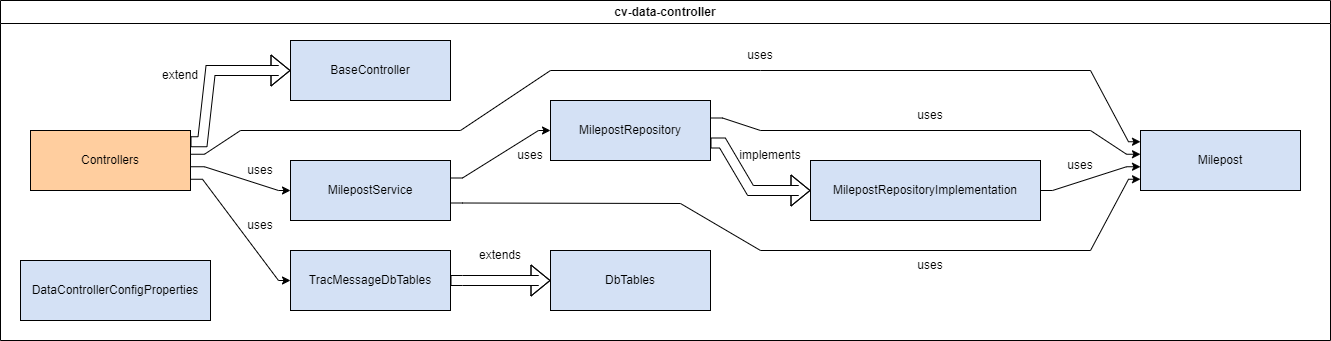
The draw.io diagram cv-data-controller/docs/diagrams/cv-data-controller-architecture.drawio.png in Trihydro/TIM-Manager, before a commit. Source tidied: cells renumbered, new cells last; positions are measured from the earlier drawing's top-left corner, leaving out a move shared by most shapes.
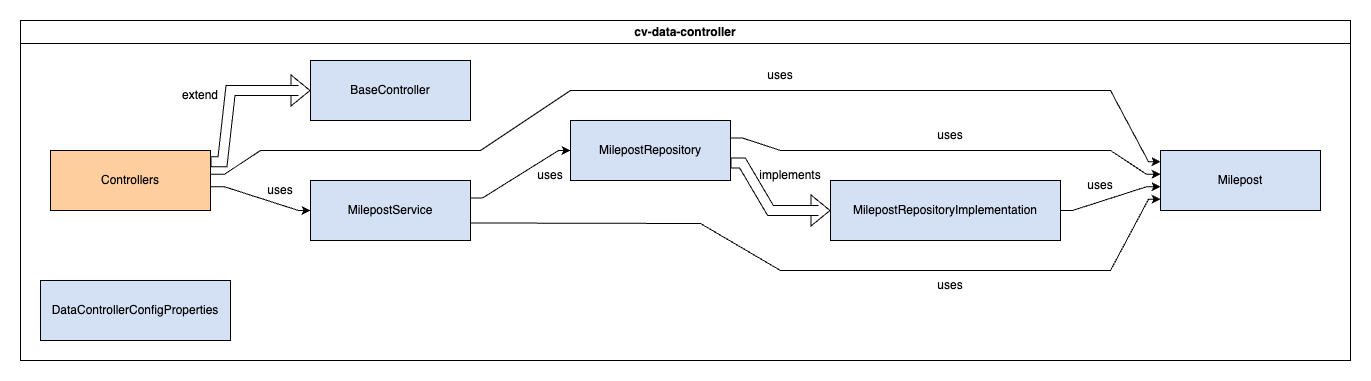
Later version of the same file.

What changed in the source:
```diff
@@ -27,14 +27,6 @@
         </Array>
       </mxGeometry>
     </mxCell>
-    <mxCell id="5" style="edgeStyle=orthogonalEdgeStyle;rounded=0;jettySize=auto;html=1;noEdgeStyle=1;orthogonal=1;" parent="1" edge="1" source="7" target="19">
-      <mxGeometry relative="1" as="geometry">
-        <Array as="points">
-          <mxPoint x="202" y="178.8" />
-          <mxPoint x="278" y="280" />
-        </Array>
-      </mxGeometry>
-    </mxCell>
     <mxCell id="6" style="edgeStyle=orthogonalEdgeStyle;rounded=0;jettySize=auto;html=1;shape=flexArrow;noEdgeStyle=1;orthogonal=1;" parent="1" edge="1" source="7" target="2">
       <mxGeometry relative="1" as="geometry">
         <Array as="points">
@@ -105,29 +97,12 @@
     <mxCell id="16" value="MilepostService" style="rounded=0;whiteSpace=wrap;html=1;fillColor=#D4E1F5;" parent="1" vertex="1">
       <mxGeometry x="290" y="160" width="160" height="60" as="geometry" />
     </mxCell>
-    <mxCell id="17" value="DbTables" style="rounded=0;whiteSpace=wrap;html=1;fillColor=#D4E1F5;" parent="1" vertex="1">
-      <mxGeometry x="550" y="250" width="160" height="60" as="geometry" />
-    </mxCell>
-    <mxCell id="18" style="edgeStyle=orthogonalEdgeStyle;rounded=0;jettySize=auto;html=1;shape=flexArrow;noEdgeStyle=1;orthogonal=1;" parent="1" edge="1" source="19" target="17">
-      <mxGeometry relative="1" as="geometry">
-        <Array as="points">
-          <mxPoint x="462" y="280" />
-          <mxPoint x="538" y="280" />
-        </Array>
-      </mxGeometry>
-    </mxCell>
-    <mxCell id="19" value="TracMessageDbTables" style="rounded=0;whiteSpace=wrap;html=1;fillColor=#D4E1F5;" parent="1" vertex="1">
-      <mxGeometry x="290" y="250" width="160" height="60" as="geometry" />
-    </mxCell>
     <mxCell id="20" value="cv-data-controller" style="swimlane;whiteSpace=wrap;html=1;" parent="1" vertex="1">
       <mxGeometry width="1330" height="340" as="geometry" />
     </mxCell>
     <mxCell id="21" value="extend" style="text;html=1;align=center;verticalAlign=middle;whiteSpace=wrap;rounded=0;" parent="20" vertex="1">
       <mxGeometry x="150" y="60" width="60" height="30" as="geometry" />
     </mxCell>
-    <mxCell id="22" value="extends" style="text;html=1;align=center;verticalAlign=middle;whiteSpace=wrap;rounded=0;" parent="20" vertex="1">
-      <mxGeometry x="470" y="240" width="60" height="30" as="geometry" />
-    </mxCell>
     <mxCell id="23" value="implements" style="text;html=1;align=center;verticalAlign=middle;whiteSpace=wrap;rounded=0;" parent="20" vertex="1">
       <mxGeometry x="740" y="140" width="60" height="30" as="geometry" />
     </mxCell>
@@ -137,9 +112,6 @@
     <mxCell id="25" value="uses" style="text;html=1;align=center;verticalAlign=middle;whiteSpace=wrap;rounded=0;" parent="20" vertex="1">
       <mxGeometry x="730" y="40" width="60" height="30" as="geometry" />
     </mxCell>
-    <mxCell id="26" value="uses" style="text;html=1;align=center;verticalAlign=middle;whiteSpace=wrap;rounded=0;" parent="20" vertex="1">
-      <mxGeometry x="230" y="210" width="60" height="30" as="geometry" />
-    </mxCell>
     <mxCell id="27" value="uses" style="text;html=1;align=center;verticalAlign=middle;whiteSpace=wrap;rounded=0;" parent="20" vertex="1">
       <mxGeometry x="230" y="155" width="60" height="30" as="geometry" />
     </mxCell>
```
